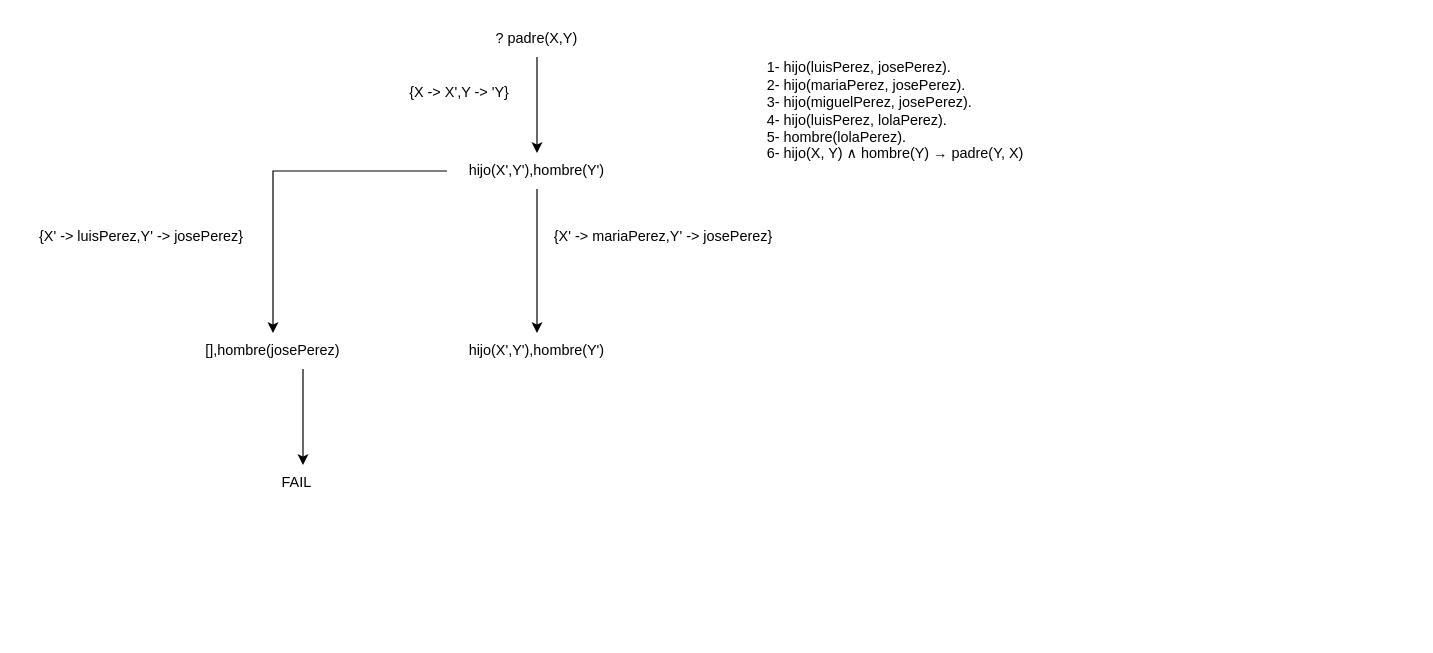
Luchit0-afk/Diagramas keeps this draw.io diagram as Act4AnalisisComparativo.drawio. Above is the earlier version. Source tidied: cells renumbered, new cells numbered last; positions are measured from the earlier drawing's top-left corner, leaving out a move shared by most shapes. Both pictures are drawn from the tidied source at 120%, with x=0, y=0 at pixel (26, 20).
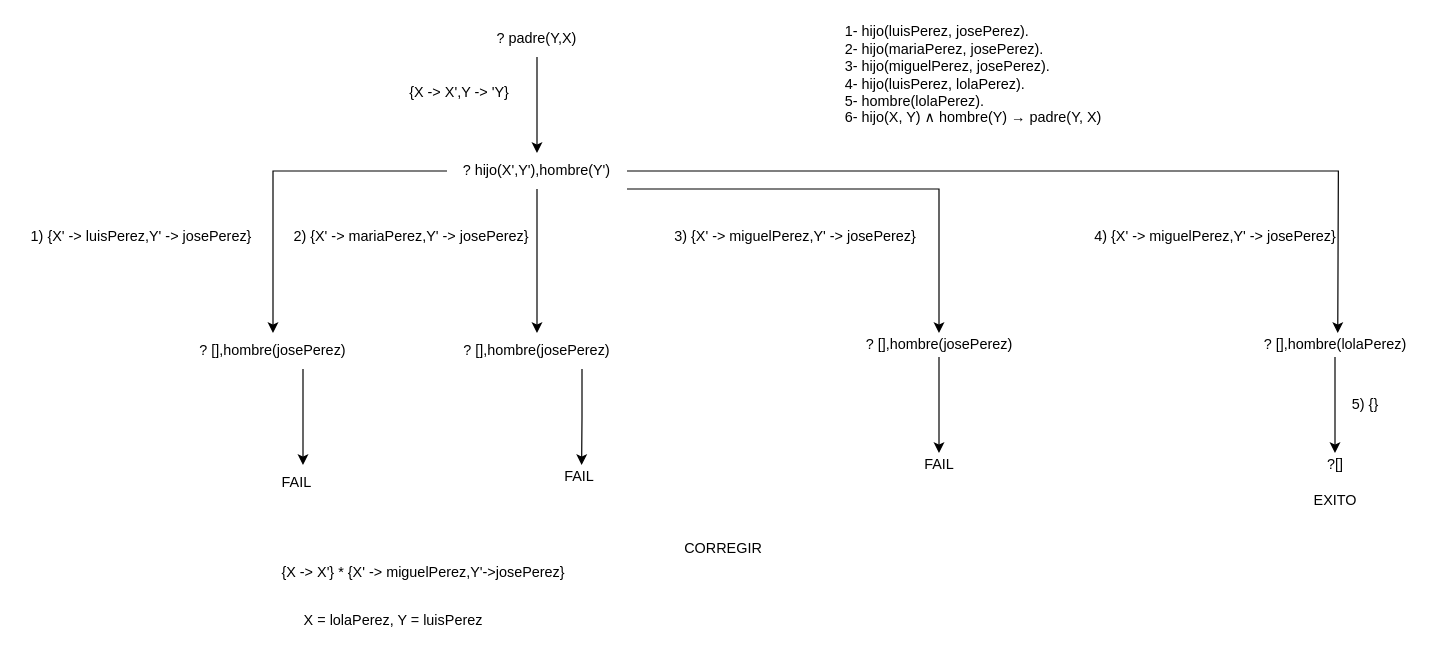
The same page after the edit.

The edit, as a diff of the source:
```diff
@@
-    <mxCell id="3" value="? padre(X,Y)" style="text;html=1;strokeColor=none;fillColor=none;align=center;verticalAlign=middle;whiteSpace=wrap;rounded=0;" parent="1" vertex="1">
+    <mxCell id="3" value="? padre(Y,X)" style="text;html=1;strokeColor=none;fillColor=none;align=center;verticalAlign=middle;whiteSpace=wrap;rounded=0;" parent="1" vertex="1">
       <mxGeometry x="380" width="90" height="30" as="geometry" />
     </mxCell>
     <mxCell id="4" value="1- hijo(luisPerez, josePerez).&lt;br&gt;2- hijo(mariaPerez, josePerez).&lt;br&gt;3- hijo(miguelPerez, josePerez).&lt;br&gt;4- hijo(luisPerez, lolaPerez).&lt;br&gt;5- hombre(lolaPerez).&lt;br&gt;6- hijo(X, Y) ∧ hombre(Y) → padre(Y, X)" style="text;html=1;align=left;verticalAlign=middle;strokeColor=none;fillColor=none;" parent="1" vertex="1">
-      <mxGeometry x="615" y="30" width="230" height="90" as="geometry" />
+      <mxGeometry x="680" width="230" height="90" as="geometry" />
     </mxCell>
@@
+    <mxCell id="15" style="edgeStyle=orthogonalEdgeStyle;rounded=0;jettySize=auto;html=1;exitX=1;exitY=1;exitDx=0;exitDy=0;" parent="1" edge="1" source="7">
+      <mxGeometry relative="1" as="geometry">
+        <mxPoint x="760" y="260" as="targetPoint" />
+        <Array as="points">
+          <mxPoint x="760" y="140" />
+        </Array>
+      </mxGeometry>
+    </mxCell>
+    <mxCell id="16" style="edgeStyle=orthogonalEdgeStyle;rounded=0;jettySize=auto;html=1;exitX=1;exitY=0.5;exitDx=0;exitDy=0;" parent="1" edge="1" source="7">
+      <mxGeometry relative="1" as="geometry">
+        <mxPoint x="1092.3" y="260" as="targetPoint" />
+      </mxGeometry>
+    </mxCell>
-    <mxCell id="7" value="hijo(X',Y'),&lt;span style=&quot;text-align: left&quot;&gt;hombre(Y')&lt;/span&gt;" style="text;html=1;strokeColor=none;fillColor=none;align=center;verticalAlign=middle;whiteSpace=wrap;rounded=0;" parent="1" vertex="1">
+    <mxCell id="7" value="? hijo(X',Y'),&lt;span style=&quot;text-align: left&quot;&gt;hombre(Y')&lt;/span&gt;" style="text;html=1;strokeColor=none;fillColor=none;align=center;verticalAlign=middle;whiteSpace=wrap;rounded=0;" parent="1" vertex="1">
       <mxGeometry x="350" y="110" width="150" height="30" as="geometry" />
     </mxCell>
@@
-    <mxCell id="10" value="&lt;div style=&quot;text-align: center&quot;&gt;&lt;span style=&quot;text-align: left&quot;&gt;[],hombre(josePerez)&lt;/span&gt;&lt;/div&gt;" style="text;html=1;strokeColor=none;fillColor=none;align=center;verticalAlign=middle;whiteSpace=wrap;rounded=0;" parent="1" vertex="1">
+    <mxCell id="10" value="&lt;div style=&quot;text-align: center&quot;&gt;&lt;span style=&quot;text-align: left&quot;&gt;? [],hombre(josePerez)&lt;/span&gt;&lt;/div&gt;" style="text;html=1;strokeColor=none;fillColor=none;align=center;verticalAlign=middle;whiteSpace=wrap;rounded=0;" parent="1" vertex="1">
       <mxGeometry x="130" y="260" width="150" height="30" as="geometry" />
     </mxCell>
-    <mxCell id="11" value="{X' -&amp;gt; luisPerez,Y' -&amp;gt; josePerez}" style="text;html=1;align=center;verticalAlign=middle;strokeColor=none;fillColor=none;" parent="1" vertex="1">
-      <mxGeometry y="170" width="190" height="20" as="geometry" />
+    <mxCell id="11" value="1) {X' -&amp;gt; luisPerez,Y' -&amp;gt; josePerez}" style="text;html=1;align=center;verticalAlign=middle;strokeColor=none;fillColor=none;" parent="1" vertex="1">
+      <mxGeometry x="-5" y="170" width="200" height="20" as="geometry" />
     </mxCell>
@@
+    <mxCell id="17" style="edgeStyle=orthogonalEdgeStyle;rounded=0;jettySize=auto;html=1;exitX=0.75;exitY=1;exitDx=0;exitDy=0;" parent="1" edge="1" source="13">
+      <mxGeometry relative="1" as="geometry">
+        <mxPoint x="462.2" y="370" as="targetPoint" />
+      </mxGeometry>
+    </mxCell>
-    <mxCell id="13" value="hijo(X',Y'),&lt;span style=&quot;text-align: left&quot;&gt;hombre(Y')&lt;/span&gt;" style="text;html=1;strokeColor=none;fillColor=none;align=center;verticalAlign=middle;whiteSpace=wrap;rounded=0;" parent="1" vertex="1">
+    <mxCell id="13" value="&lt;div style=&quot;text-align: center&quot;&gt;&lt;span style=&quot;text-align: left&quot;&gt;? [],hombre(josePerez)&lt;/span&gt;&lt;/div&gt;" style="text;html=1;strokeColor=none;fillColor=none;align=center;verticalAlign=middle;whiteSpace=wrap;rounded=0;" parent="1" vertex="1">
       <mxGeometry x="350" y="260" width="150" height="30" as="geometry" />
     </mxCell>
-    <mxCell id="14" value="{X' -&amp;gt; mariaPerez,Y' -&amp;gt; josePerez}" style="text;html=1;align=center;verticalAlign=middle;strokeColor=none;fillColor=none;" parent="1" vertex="1">
-      <mxGeometry x="430" y="170" width="200" height="20" as="geometry" />
+    <mxCell id="14" value="2) {X' -&amp;gt; mariaPerez,Y' -&amp;gt; josePerez}" style="text;html=1;align=center;verticalAlign=middle;strokeColor=none;fillColor=none;" parent="1" vertex="1">
+      <mxGeometry x="215" y="170" width="210" height="20" as="geometry" />
     </mxCell>
+    <mxCell id="18" value="FAIL" style="text;html=1;align=center;verticalAlign=middle;strokeColor=none;fillColor=none;" parent="1" vertex="1">
+      <mxGeometry x="440" y="370" width="40" height="20" as="geometry" />
+    </mxCell>
+    <mxCell id="19" style="edgeStyle=orthogonalEdgeStyle;rounded=0;jettySize=auto;html=1;" parent="1" edge="1" source="20" target="22">
+      <mxGeometry relative="1" as="geometry" />
+    </mxCell>
+    <mxCell id="20" value="? [],hombre(josePerez)" style="text;html=1;align=center;verticalAlign=middle;points=[];strokeColor=none;fillColor=none;" parent="1" vertex="1">
+      <mxGeometry x="690" y="260" width="140" height="20" as="geometry" />
+    </mxCell>
+    <mxCell id="21" value="3) {X' -&amp;gt; miguelPerez,Y' -&amp;gt; josePerez}" style="text;html=1;align=center;verticalAlign=middle;strokeColor=none;fillColor=none;" parent="1" vertex="1">
+      <mxGeometry x="530" y="170" width="220" height="20" as="geometry" />
+    </mxCell>
+    <mxCell id="22" value="FAIL" style="text;html=1;align=center;verticalAlign=middle;points=[];strokeColor=none;fillColor=none;" parent="1" vertex="1">
+      <mxGeometry x="740" y="360" width="40" height="20" as="geometry" />
+    </mxCell>
+    <mxCell id="23" value="4) {X' -&amp;gt; miguelPerez,Y' -&amp;gt; josePerez}" style="text;html=1;align=center;verticalAlign=middle;strokeColor=none;fillColor=none;" parent="1" vertex="1">
+      <mxGeometry x="880" y="170" width="220" height="20" as="geometry" />
+    </mxCell>
+    <mxCell id="24" style="edgeStyle=orthogonalEdgeStyle;rounded=0;jettySize=auto;html=1;" parent="1" edge="1" source="25" target="26">
+      <mxGeometry relative="1" as="geometry" />
+    </mxCell>
+    <mxCell id="25" value="? [],hombre(lolaPerez)" style="text;html=1;align=center;verticalAlign=middle;points=[];strokeColor=none;fillColor=none;" parent="1" vertex="1">
+      <mxGeometry x="1025" y="260" width="130" height="20" as="geometry" />
+    </mxCell>
+    <mxCell id="26" value="?[]" style="text;html=1;align=center;verticalAlign=middle;points=[];strokeColor=none;fillColor=none;" parent="1" vertex="1">
+      <mxGeometry x="1075" y="360" width="30" height="20" as="geometry" />
+    </mxCell>
+    <mxCell id="27" value="EXITO" style="text;html=1;align=center;verticalAlign=middle;strokeColor=none;fillColor=none;" parent="1" vertex="1">
+      <mxGeometry x="1065" y="390" width="50" height="20" as="geometry" />
+    </mxCell>
+    <mxCell id="28" value="{X -&amp;gt; X'} * {X' -&amp;gt; miguelPerez,Y'-&amp;gt;josePerez}" style="text;html=1;align=center;verticalAlign=middle;strokeColor=none;fillColor=none;" parent="1" vertex="1">
+      <mxGeometry x="205" y="450" width="250" height="20" as="geometry" />
+    </mxCell>
+    <mxCell id="29" value="5) {}" style="text;html=1;align=center;verticalAlign=middle;strokeColor=none;fillColor=none;" parent="1" vertex="1">
+      <mxGeometry x="1095" y="310" width="40" height="20" as="geometry" />
+    </mxCell>
+    <mxCell id="30" value="X = lolaPerez, Y = luisPerez" style="text;html=1;align=center;verticalAlign=middle;strokeColor=none;fillColor=none;" parent="1" vertex="1">
+      <mxGeometry x="225" y="490" width="160" height="20" as="geometry" />
+    </mxCell>
+    <mxCell id="31" value="CORREGIR" style="text;html=1;align=center;verticalAlign=middle;strokeColor=none;fillColor=none;" parent="1" vertex="1">
+      <mxGeometry x="540" y="430" width="80" height="20" as="geometry" />
+    </mxCell>
```
